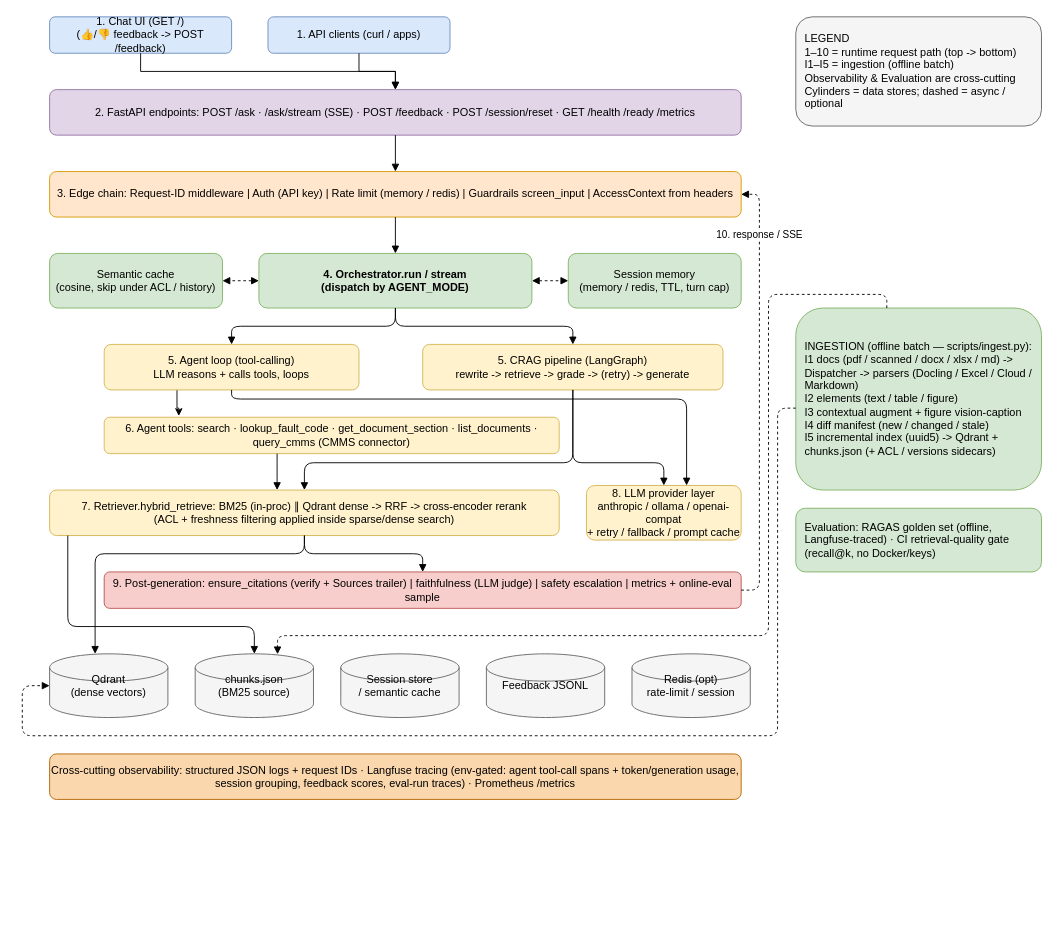
This is docs/design/hld.drawio from Nirmalnk05/rag_project, a draw.io file, before an edit. Source tidied: cells renumbered, new cells numbered last; positions are measured from the earlier drawing's top-left corner, leaving out a move shared by most shapes. Both pictures are drawn from the tidied source at 91%, with x=0, y=0 at pixel (22, 16).
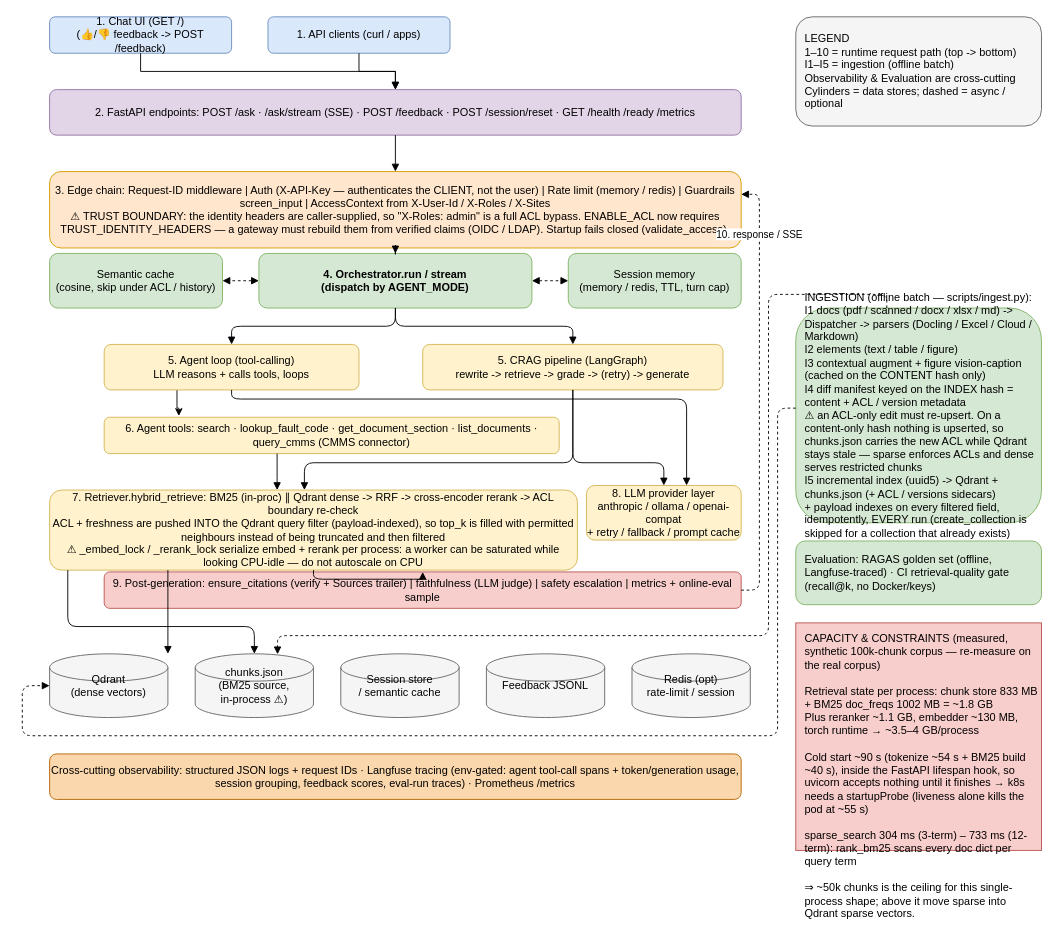
Above is the later version.

Commit message (it also covers changes not shown here):
fix: enforce ACLs end to end — index hash, Qdrant filter, boundary re-check

The edit, as a diff of the source:
```diff
@@
-    <mxCell id="6" value="3. Edge chain:  Request-ID middleware  |  Auth (API key)  |  Rate limit (memory / redis)  |  Guardrails screen_input  |  AccessContext from headers" style="rounded=1;whiteSpace=wrap;html=1;fillColor=#ffe6cc;strokeColor=#d79b00;" parent="1" vertex="1">
-      <mxGeometry x="30" y="170" width="760" height="50" as="geometry" />
+    <mxCell id="6" value="3. Edge chain:  Request-ID middleware  |  Auth (X-API-Key — authenticates the CLIENT, not the user)  |  Rate limit (memory / redis)  |  Guardrails screen_input  |  AccessContext from X-User-Id / X-Roles / X-Sites&#10;⚠ TRUST BOUNDARY: the identity headers are caller-supplied, so &quot;X-Roles: admin&quot; is a full ACL bypass. ENABLE_ACL now requires TRUST_IDENTITY_HEADERS — a gateway must rebuild them from verified claims (OIDC / LDAP). Startup fails closed (validate_access)." style="rounded=1;whiteSpace=wrap;html=1;fillColor=#ffe6cc;strokeColor=#d79b00;" parent="1" vertex="1">
+      <mxGeometry x="30" y="170" width="760" height="84" as="geometry" />
     </mxCell>
@@
-    <mxCell id="14" value="7. Retriever.hybrid_retrieve:  BM25 (in-proc) ∥ Qdrant dense -&gt; RRF -&gt; cross-encoder rerank&#10;(ACL + freshness filtering applied inside sparse/dense search)" style="rounded=1;whiteSpace=wrap;html=1;fillColor=#fff2cc;strokeColor=#d6b656;" parent="1" vertex="1">
-      <mxGeometry x="30" y="520" width="560" height="50" as="geometry" />
+    <mxCell id="14" value="7. Retriever.hybrid_retrieve:  BM25 (in-proc) ∥ Qdrant dense -&gt; RRF -&gt; cross-encoder rerank -&gt; ACL boundary re-check&#10;ACL + freshness are pushed INTO the Qdrant query filter (payload-indexed), so top_k is filled with permitted neighbours instead of being truncated and then filtered&#10;⚠ _embed_lock / _rerank_lock serialize embed + rerank per process: a worker can be saturated while looking CPU-idle — do not autoscale on CPU" style="rounded=1;whiteSpace=wrap;html=1;fillColor=#fff2cc;strokeColor=#d6b656;" parent="1" vertex="1">
+      <mxGeometry x="30" y="520" width="580" height="88" as="geometry" />
     </mxCell>
@@
-    <mxCell id="18" value="chunks.json&#10;(BM25 source)" style="shape=cylinder3;whiteSpace=wrap;html=1;fillColor=#f5f5f5;strokeColor=#666666;" parent="1" vertex="1">
+    <mxCell id="18" value="chunks.json&#10;(BM25 source,&#10;in-process ⚠)" style="shape=cylinder3;whiteSpace=wrap;html=1;fillColor=#f5f5f5;strokeColor=#666666;" parent="1" vertex="1">
       <mxGeometry x="190" y="700" width="130" height="70" as="geometry" />
     </mxCell>
@@
-    <mxCell id="23" value="INGESTION (offline batch — scripts/ingest.py):&#10;I1  docs (pdf / scanned / docx / xlsx / md) -&gt; Dispatcher -&gt; parsers (Docling / Excel / Cloud / Markdown)&#10;I2  elements (text / table / figure)&#10;I3  contextual augment + figure vision-caption&#10;I4  diff manifest (new / changed / stale)&#10;I5  incremental index (uuid5) -&gt; Qdrant + chunks.json  (+ ACL / versions sidecars)" style="rounded=1;whiteSpace=wrap;html=1;align=left;fillColor=#d5e8d4;strokeColor=#82b366;spacingLeft=8;" parent="1" vertex="1">
-      <mxGeometry x="850" y="320" width="270" height="200" as="geometry" />
+    <mxCell id="23" value="INGESTION (offline batch — scripts/ingest.py):&#10;I1  docs (pdf / scanned / docx / xlsx / md) -&gt; Dispatcher -&gt; parsers (Docling / Excel / Cloud / Markdown)&#10;I2  elements (text / table / figure)&#10;I3  contextual augment + figure vision-caption  (cached on the CONTENT hash only)&#10;I4  diff manifest keyed on the INDEX hash = content + ACL / version metadata&#10;      ⚠ an ACL-only edit must re-upsert. On a content-only hash nothing is upserted, so chunks.json carries the new ACL while Qdrant stays stale — sparse enforces ACLs and dense serves restricted chunks&#10;I5  incremental index (uuid5) -&gt; Qdrant + chunks.json  (+ ACL / versions sidecars)&#10;      + payload indexes on every filtered field, idempotently, EVERY run (create_collection is skipped for a collection that already exists)" style="rounded=1;whiteSpace=wrap;html=1;align=left;fillColor=#d5e8d4;strokeColor=#82b366;spacingLeft=8;" parent="1" vertex="1">
+      <mxGeometry x="850" y="320" width="270" height="236" as="geometry" />
     </mxCell>
+    <mxCell id="43" value="CAPACITY &amp; CONSTRAINTS (measured, synthetic 100k-chunk corpus — re-measure on the real corpus)&#10;&#10;Retrieval state per process:  chunk store 833 MB + BM25 doc_freqs 1002 MB = ~1.8 GB&#10;Plus reranker ~1.1 GB, embedder ~130 MB, torch runtime → ~3.5–4 GB/process&#10;&#10;Cold start ~90 s (tokenize ~54 s + BM25 build ~40 s), inside the FastAPI lifespan hook, so uvicorn accepts nothing until it finishes → k8s needs a startupProbe (liveness alone kills the pod at ~55 s)&#10;&#10;sparse_search 304 ms (3-term) – 733 ms (12-term): rank_bm25 scans every doc dict per query term&#10;&#10;⇒ ~50k chunks is the ceiling for this single-process shape; above it move sparse into Qdrant sparse vectors." style="rounded=0;whiteSpace=wrap;html=1;align=left;fillColor=#f8cecc;strokeColor=#b85450;spacingLeft=8;verticalAlign=top;spacingTop=4;" parent="1" vertex="1">
+      <mxGeometry x="850" y="666" width="270" height="250" as="geometry" />
+    </mxCell>
     <mxCell id="24" value="Evaluation:  RAGAS golden set (offline, Langfuse-traced) · CI retrieval-quality gate (recall@k, no Docker/keys)" style="rounded=1;whiteSpace=wrap;html=1;align=left;fillColor=#d5e8d4;strokeColor=#82b366;spacingLeft=8;" parent="1" vertex="1">
-      <mxGeometry x="850" y="540" width="270" height="70" as="geometry" />
+      <mxGeometry x="850" y="576" width="270" height="70" as="geometry" />
     </mxCell>
```
